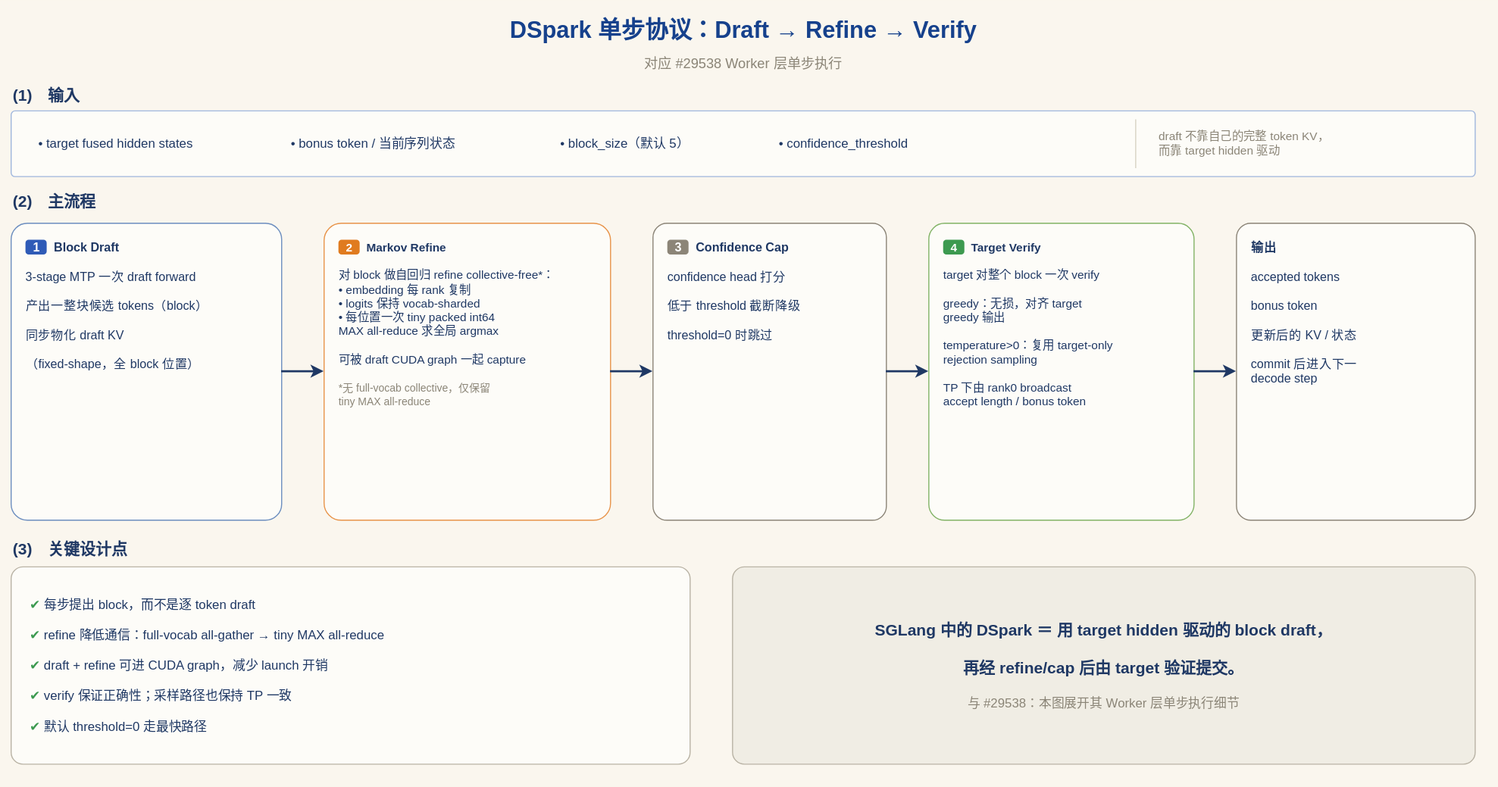
Earlier version of the draw.io export artifacts/dspark-single-step-protocol.svg (learning-sketch/drawio-skill). Source tidied: cells renumbered, new cells last; positions are measured from the earlier drawing's top-left corner, leaving out a move shared by most shapes. Its diagram source:
```xml
<mxGraphModel background="#faf6ee">
  <root>
    <mxCell id="0" />
    <mxCell id="1" parent="0" />
    <mxCell id="2" value="&lt;b&gt;DSpark 单步协议：Draft → Refine → Verify&lt;/b&gt;" style="text;html=1;align=center;verticalAlign=middle;fontSize=22;fontColor=#16418c;" parent="1" vertex="1">
      <mxGeometry width="1380" height="38" as="geometry" />
    </mxCell>
    <mxCell id="3" value="对应 #29538 Worker 层单步执行" style="text;html=1;align=center;verticalAlign=middle;fontSize=13;fontColor=#8b8577;" parent="1" vertex="1">
      <mxGeometry y="38" width="1380" height="22" as="geometry" />
    </mxCell>
    <mxCell id="4" value="&lt;b&gt;(1)　输入&lt;/b&gt;" style="text;html=1;align=left;verticalAlign=middle;fontSize=15;fontColor=#1f3864;" parent="1" vertex="1">
      <mxGeometry y="66" width="200" height="26" as="geometry" />
    </mxCell>
    <mxCell id="5" style="rounded=1;arcSize=6;whiteSpace=wrap;html=1;fillColor=#fdfcf8;strokeColor=#9fb6dd;" parent="1" vertex="1">
      <mxGeometry y="94" width="1380" height="62" as="geometry" />
    </mxCell>
    <mxCell id="6" value="•  target fused hidden states" style="text;html=1;align=left;verticalAlign=middle;fontSize=12;fontColor=#1f3864;" parent="5" vertex="1">
      <mxGeometry x="24" y="16" width="220" height="30" as="geometry" />
    </mxCell>
    <mxCell id="7" value="•  bonus token / 当前序列状态" style="text;html=1;align=left;verticalAlign=middle;fontSize=12;fontColor=#1f3864;" parent="5" vertex="1">
      <mxGeometry x="262" y="16" width="230" height="30" as="geometry" />
    </mxCell>
    <mxCell id="8" value="•  block_size（默认 5）" style="text;html=1;align=left;verticalAlign=middle;fontSize=12;fontColor=#1f3864;" parent="5" vertex="1">
      <mxGeometry x="516" y="16" width="190" height="30" as="geometry" />
    </mxCell>
    <mxCell id="9" value="•  confidence_threshold" style="text;html=1;align=left;verticalAlign=middle;fontSize=12;fontColor=#1f3864;" parent="5" vertex="1">
      <mxGeometry x="722" y="16" width="200" height="30" as="geometry" />
    </mxCell>
    <mxCell id="10" style="endArrow=none;html=1;strokeColor=#d8d2c4;" parent="5" edge="1">
      <mxGeometry relative="1" as="geometry">
        <mxPoint x="1060" y="8" as="sourcePoint" />
        <mxPoint x="1060" y="54" as="targetPoint" />
      </mxGeometry>
    </mxCell>
    <mxCell id="11" value="draft 不靠自己的完整 token KV，&#10;而靠 target hidden 驱动" style="text;html=1;align=left;verticalAlign=middle;fontSize=11;fontColor=#8b8577;spacingLeft=10;" parent="5" vertex="1">
      <mxGeometry x="1070" y="8" width="290" height="46" as="geometry" />
    </mxCell>
    <mxCell id="12" value="&lt;b&gt;(2)　主流程&lt;/b&gt;" style="text;html=1;align=left;verticalAlign=middle;fontSize=15;fontColor=#1f3864;" parent="1" vertex="1">
      <mxGeometry y="166" width="200" height="26" as="geometry" />
    </mxCell>
    <mxCell id="13" value="&lt;span style=&quot;background-color:#2f5bb7;color:#ffffff;padding:1px 7px;border-radius:3px;font-weight:bold&quot;&gt;1&lt;/span&gt;&amp;nbsp;&amp;nbsp;&lt;b&gt;Block Draft&lt;/b&gt;&lt;br&gt;&lt;br&gt;3-stage MTP 一次 draft forward&lt;br&gt;&lt;br&gt;产出一整块候选 tokens（block）&lt;br&gt;&lt;br&gt;同步物化 draft KV&lt;br&gt;&lt;br&gt;（fixed-shape，全 block 位置）" style="rounded=1;arcSize=6;whiteSpace=wrap;html=1;fillColor=#fdfcf8;strokeColor=#6c8ebf;fontSize=11.5;fontColor=#1f3864;align=left;verticalAlign=top;spacingLeft=12;spacingTop=10;spacingRight=8;" parent="1" vertex="1">
      <mxGeometry y="200" width="255" height="280" as="geometry" />
    </mxCell>
    <mxCell id="14" value="&lt;span style=&quot;background-color:#e07b1f;color:#ffffff;padding:1px 7px;border-radius:3px;font-weight:bold&quot;&gt;2&lt;/span&gt;&amp;nbsp;&amp;nbsp;&lt;b&gt;Markov Refine&lt;/b&gt;&lt;br&gt;&lt;br&gt;对 block 做自回归 refine collective-free*：&lt;br&gt;•  embedding 每 rank 复制&lt;br&gt;•  logits 保持 vocab-sharded&lt;br&gt;•  每位置一次 tiny packed int64&lt;br&gt;    MAX all-reduce 求全局 argmax&lt;br&gt;&lt;br&gt;可被 draft CUDA graph 一起 capture&lt;br&gt;&lt;br&gt;&lt;font color=&quot;#8b8577&quot; style=&quot;font-size:10px&quot;&gt;*无 full-vocab collective，仅保留&lt;br&gt;  tiny MAX all-reduce&lt;/font&gt;" style="rounded=1;arcSize=6;whiteSpace=wrap;html=1;fillColor=#fdfcf8;strokeColor=#e8944a;fontSize=11;fontColor=#1f3864;align=left;verticalAlign=top;spacingLeft=12;spacingTop=10;spacingRight=8;" parent="1" vertex="1">
      <mxGeometry x="295" y="200" width="270" height="280" as="geometry" />
    </mxCell>
    <mxCell id="15" value="&lt;span style=&quot;background-color:#8c8578;color:#ffffff;padding:1px 7px;border-radius:3px;font-weight:bold&quot;&gt;3&lt;/span&gt;&amp;nbsp;&amp;nbsp;&lt;b&gt;Confidence Cap&lt;/b&gt;&lt;br&gt;&lt;br&gt;confidence head 打分&lt;br&gt;&lt;br&gt;低于 threshold 截断降级&lt;br&gt;&lt;br&gt;threshold=0 时跳过" style="rounded=1;arcSize=6;whiteSpace=wrap;html=1;fillColor=#fdfcf8;strokeColor=#8c8578;fontSize=11.5;fontColor=#1f3864;align=left;verticalAlign=top;spacingLeft=12;spacingTop=10;spacingRight=8;" parent="1" vertex="1">
      <mxGeometry x="605" y="200" width="220" height="280" as="geometry" />
    </mxCell>
    <mxCell id="16" value="&lt;span style=&quot;background-color:#3d9a50;color:#ffffff;padding:1px 7px;border-radius:3px;font-weight:bold&quot;&gt;4&lt;/span&gt;&amp;nbsp;&amp;nbsp;&lt;b&gt;Target Verify&lt;/b&gt;&lt;br&gt;&lt;br&gt;target 对整个 block 一次 verify&lt;br&gt;&lt;br&gt;greedy：无损，对齐 target&lt;br&gt;greedy 输出&lt;br&gt;&lt;br&gt;temperature&amp;gt;0：复用 target-only&lt;br&gt;rejection sampling&lt;br&gt;&lt;br&gt;TP 下由 rank0 broadcast&lt;br&gt;accept length / bonus token" style="rounded=1;arcSize=6;whiteSpace=wrap;html=1;fillColor=#fdfcf8;strokeColor=#82b366;fontSize=11;fontColor=#1f3864;align=left;verticalAlign=top;spacingLeft=12;spacingTop=10;spacingRight=8;" parent="1" vertex="1">
      <mxGeometry x="865" y="200" width="250" height="280" as="geometry" />
    </mxCell>
    <mxCell id="17" value="&lt;b&gt;输出&lt;/b&gt;&lt;br&gt;&lt;br&gt;accepted tokens&lt;br&gt;&lt;br&gt;bonus token&lt;br&gt;&lt;br&gt;更新后的 KV / 状态&lt;br&gt;&lt;br&gt;commit 后进入下一&lt;br&gt;decode step" style="rounded=1;arcSize=6;whiteSpace=wrap;html=1;fillColor=#fdfcf8;strokeColor=#8c8578;fontSize=11.5;fontColor=#1f3864;align=left;verticalAlign=top;spacingLeft=12;spacingTop=10;spacingRight=8;" parent="1" vertex="1">
      <mxGeometry x="1155" y="200" width="225" height="280" as="geometry" />
    </mxCell>
    <mxCell id="18" style="edgeStyle=orthogonalEdgeStyle;rounded=1;jettySize=auto;html=1;strokeColor=#1f3864;strokeWidth=2;exitX=1;exitY=0.5;exitDx=0;exitDy=0;entryX=0;entryY=0.5;entryDx=0;entryDy=0;" parent="1" edge="1" source="13" target="14">
      <mxGeometry relative="1" as="geometry" />
    </mxCell>
    <mxCell id="19" style="edgeStyle=orthogonalEdgeStyle;rounded=1;jettySize=auto;html=1;strokeColor=#1f3864;strokeWidth=2;exitX=1;exitY=0.5;exitDx=0;exitDy=0;entryX=0;entryY=0.5;entryDx=0;entryDy=0;" parent="1" edge="1" source="14" target="15">
      <mxGeometry relative="1" as="geometry" />
    </mxCell>
    <mxCell id="20" style="edgeStyle=orthogonalEdgeStyle;rounded=1;jettySize=auto;html=1;strokeColor=#1f3864;strokeWidth=2;exitX=1;exitY=0.5;exitDx=0;exitDy=0;entryX=0;entryY=0.5;entryDx=0;entryDy=0;" parent="1" edge="1" source="15" target="16">
      <mxGeometry relative="1" as="geometry" />
    </mxCell>
    <mxCell id="21" style="edgeStyle=orthogonalEdgeStyle;rounded=1;jettySize=auto;html=1;strokeColor=#1f3864;strokeWidth=2;exitX=1;exitY=0.5;exitDx=0;exitDy=0;entryX=0;entryY=0.5;entryDx=0;entryDy=0;" parent="1" edge="1" source="16" target="17">
      <mxGeometry relative="1" as="geometry" />
    </mxCell>
    <mxCell id="22" value="&lt;b&gt;(3)　关键设计点&lt;/b&gt;" style="text;html=1;align=left;verticalAlign=middle;fontSize=15;fontColor=#1f3864;" parent="1" vertex="1">
      <mxGeometry y="494" width="260" height="26" as="geometry" />
    </mxCell>
    <mxCell id="23" value="&lt;font color=&quot;#3d9a50&quot;&gt;✔&lt;/font&gt;  每步提出 block，而不是逐 token draft&lt;br&gt;&lt;br&gt;&lt;font color=&quot;#3d9a50&quot;&gt;✔&lt;/font&gt;  refine 降低通信：full-vocab all-gather → tiny MAX all-reduce&lt;br&gt;&lt;br&gt;&lt;font color=&quot;#3d9a50&quot;&gt;✔&lt;/font&gt;  draft + refine 可进 CUDA graph，减少 launch 开销&lt;br&gt;&lt;br&gt;&lt;font color=&quot;#3d9a50&quot;&gt;✔&lt;/font&gt;  verify 保证正确性；采样路径也保持 TP 一致&lt;br&gt;&lt;br&gt;&lt;font color=&quot;#3d9a50&quot;&gt;✔&lt;/font&gt;  默认 threshold=0 走最快路径" style="rounded=1;arcSize=6;whiteSpace=wrap;html=1;fillColor=#fdfcf8;strokeColor=#b9b3a5;fontSize=12;fontColor=#1f3864;align=left;verticalAlign=middle;spacingLeft=16;spacingRight=10;" parent="1" vertex="1">
      <mxGeometry y="524" width="640" height="186" as="geometry" />
    </mxCell>
    <mxCell id="24" value="&lt;b&gt;&lt;font style=&quot;font-size:15px&quot;&gt;SGLang 中的 DSpark ＝ 用 target hidden 驱动的 block draft，&lt;br&gt;&lt;br&gt;再经 refine/cap 后由 target 验证提交。&lt;/font&gt;&lt;/b&gt;&lt;br&gt;&lt;br&gt;&lt;font color=&quot;#8b8577&quot; style=&quot;font-size:12px&quot;&gt;与 #29538：本图展开其 Worker 层单步执行细节&lt;/font&gt;" style="rounded=1;arcSize=6;whiteSpace=wrap;html=1;fillColor=#f0ede4;strokeColor=#b9b3a5;fontSize=13;fontColor=#1f3864;align=center;verticalAlign=middle;spacingLeft=16;spacingRight=16;" parent="1" vertex="1">
      <mxGeometry x="680" y="524" width="700" height="186" as="geometry" />
    </mxCell>
  </root>
</mxGraphModel>
```
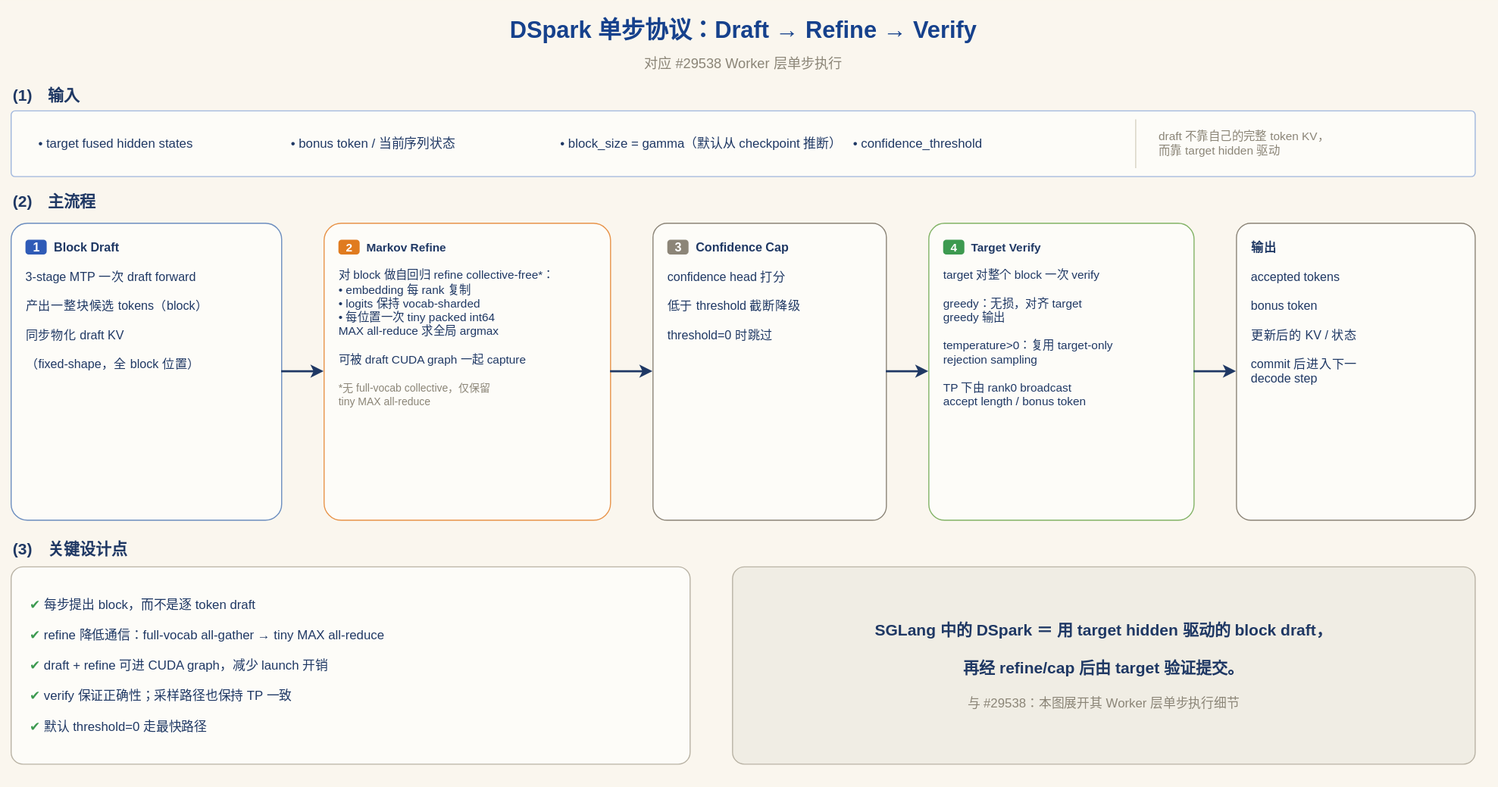
Above is the later version.

Change to the diagram source:
```diff
@@ -20,11 +20,11 @@
     <mxCell id="7" value="•  bonus token / 当前序列状态" style="text;html=1;align=left;verticalAlign=middle;fontSize=12;fontColor=#1f3864;" parent="5" vertex="1">
       <mxGeometry x="262" y="16" width="230" height="30" as="geometry" />
     </mxCell>
-    <mxCell id="8" value="•  block_size（默认 5）" style="text;html=1;align=left;verticalAlign=middle;fontSize=12;fontColor=#1f3864;" parent="5" vertex="1">
-      <mxGeometry x="516" y="16" width="190" height="30" as="geometry" />
+    <mxCell id="8" value="•  block_size = gamma（默认从 checkpoint 推断）" style="text;html=1;align=left;verticalAlign=middle;fontSize=12;fontColor=#1f3864;" parent="5" vertex="1">
+      <mxGeometry x="516" y="16" width="260" height="30" as="geometry" />
     </mxCell>
     <mxCell id="9" value="•  confidence_threshold" style="text;html=1;align=left;verticalAlign=middle;fontSize=12;fontColor=#1f3864;" parent="5" vertex="1">
-      <mxGeometry x="722" y="16" width="200" height="30" as="geometry" />
+      <mxGeometry x="792" y="16" width="200" height="30" as="geometry" />
     </mxCell>
     <mxCell id="10" style="endArrow=none;html=1;strokeColor=#d8d2c4;" parent="5" edge="1">
       <mxGeometry relative="1" as="geometry">
```
